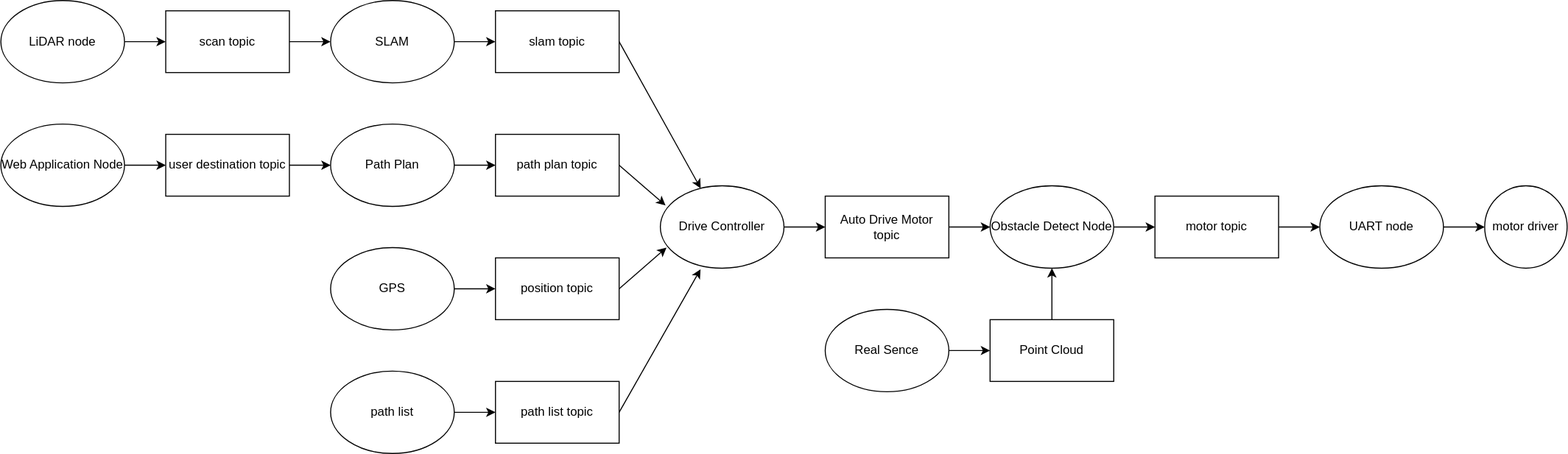
This is 構成図.drawio.svg from iCCD-MovingBoard/Ugokuita_ws, a draw.io export, as it was before one commit. Source tidied: cells renumbered, new cells last; positions are measured from the earlier drawing's top-left corner, leaving out a move shared by most shapes.
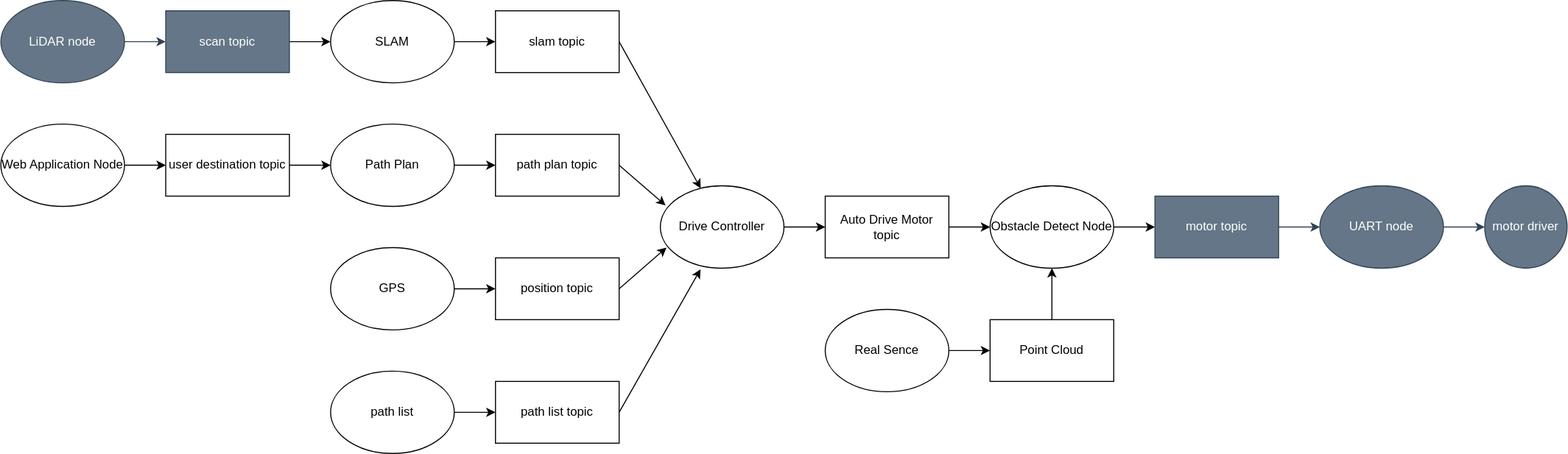
Above is the later version.

Commit message:
構成図のすでに完了している箇所について色をつけた

Diff of the diagram source:
```diff
@@ -2,10 +2,10 @@
   <root>
     <mxCell id="0" />
     <mxCell id="1" parent="0" />
-    <mxCell id="2" style="edgeStyle=none;html=1;exitX=1;exitY=0.5;exitDx=0;exitDy=0;entryX=0;entryY=0.5;entryDx=0;entryDy=0;" parent="1" edge="1" source="3" target="11">
+    <mxCell id="2" style="edgeStyle=none;html=1;exitX=1;exitY=0.5;exitDx=0;exitDy=0;entryX=0;entryY=0.5;entryDx=0;entryDy=0;fillColor=#647687;strokeColor=#314354;" parent="1" edge="1" source="3" target="11">
       <mxGeometry relative="1" as="geometry" />
     </mxCell>
-    <mxCell id="3" value="LiDAR node" style="ellipse;whiteSpace=wrap;html=1;" parent="1" vertex="1">
+    <mxCell id="3" value="LiDAR node" style="ellipse;whiteSpace=wrap;html=1;fillColor=#647687;strokeColor=#314354;fontColor=#ffffff;" parent="1" vertex="1">
       <mxGeometry width="120" height="80" as="geometry" />
     </mxCell>
     <mxCell id="4" style="edgeStyle=none;html=1;exitX=1;exitY=0.5;exitDx=0;exitDy=0;entryX=0;entryY=0.5;entryDx=0;entryDy=0;" parent="1" edge="1" source="5" target="17">
@@ -29,7 +29,7 @@
     <mxCell id="10" style="edgeStyle=none;html=1;exitX=1;exitY=0.5;exitDx=0;exitDy=0;entryX=0;entryY=0.5;entryDx=0;entryDy=0;" parent="1" edge="1" source="11" target="9">
       <mxGeometry relative="1" as="geometry" />
     </mxCell>
-    <mxCell id="11" value="scan topic" style="rounded=0;whiteSpace=wrap;html=1;" parent="1" vertex="1">
+    <mxCell id="11" value="scan topic" style="rounded=0;whiteSpace=wrap;html=1;fillColor=#647687;strokeColor=#314354;fontColor=#ffffff;" parent="1" vertex="1">
       <mxGeometry x="160" y="10" width="120" height="60" as="geometry" />
     </mxCell>
     <mxCell id="12" style="edgeStyle=none;html=1;exitX=1;exitY=0.5;exitDx=0;exitDy=0;entryX=0;entryY=0.5;entryDx=0;entryDy=0;" parent="1" edge="1" source="13" target="5">
@@ -104,19 +104,19 @@
     <mxCell id="35" value="Real Sence" style="ellipse;whiteSpace=wrap;html=1;" parent="1" vertex="1">
       <mxGeometry x="800" y="300" width="120" height="80" as="geometry" />
     </mxCell>
-    <mxCell id="36" style="edgeStyle=none;html=1;exitX=1;exitY=0.5;exitDx=0;exitDy=0;entryX=0;entryY=0.5;entryDx=0;entryDy=0;" parent="1" edge="1" source="37" target="39">
+    <mxCell id="36" style="edgeStyle=none;html=1;exitX=1;exitY=0.5;exitDx=0;exitDy=0;entryX=0;entryY=0.5;entryDx=0;entryDy=0;fillColor=#647687;strokeColor=#314354;" parent="1" edge="1" source="37" target="39">
       <mxGeometry relative="1" as="geometry" />
     </mxCell>
-    <mxCell id="37" value="motor topic" style="rounded=0;whiteSpace=wrap;html=1;" parent="1" vertex="1">
+    <mxCell id="37" value="motor topic" style="rounded=0;whiteSpace=wrap;html=1;fillColor=#647687;fontColor=#ffffff;strokeColor=#314354;" parent="1" vertex="1">
       <mxGeometry x="1120" y="190" width="120" height="60" as="geometry" />
     </mxCell>
-    <mxCell id="38" style="edgeStyle=none;html=1;exitX=1;exitY=0.5;exitDx=0;exitDy=0;entryX=0;entryY=0.5;entryDx=0;entryDy=0;" parent="1" edge="1" source="39" target="40">
+    <mxCell id="38" style="edgeStyle=none;html=1;exitX=1;exitY=0.5;exitDx=0;exitDy=0;entryX=0;entryY=0.5;entryDx=0;entryDy=0;fillColor=#647687;strokeColor=#314354;" parent="1" edge="1" source="39" target="40">
       <mxGeometry relative="1" as="geometry" />
     </mxCell>
-    <mxCell id="39" value="UART node" style="ellipse;whiteSpace=wrap;html=1;" parent="1" vertex="1">
+    <mxCell id="39" value="UART node" style="ellipse;whiteSpace=wrap;html=1;fillColor=#647687;fontColor=#ffffff;strokeColor=#314354;" parent="1" vertex="1">
       <mxGeometry x="1280" y="180" width="120" height="80" as="geometry" />
     </mxCell>
-    <mxCell id="40" value="motor driver" style="ellipse;whiteSpace=wrap;html=1;" parent="1" vertex="1">
+    <mxCell id="40" value="motor driver" style="ellipse;whiteSpace=wrap;html=1;fillColor=#647687;fontColor=#ffffff;strokeColor=#314354;" parent="1" vertex="1">
       <mxGeometry x="1440" y="180" width="80" height="80" as="geometry" />
     </mxCell>
   </root>
```
